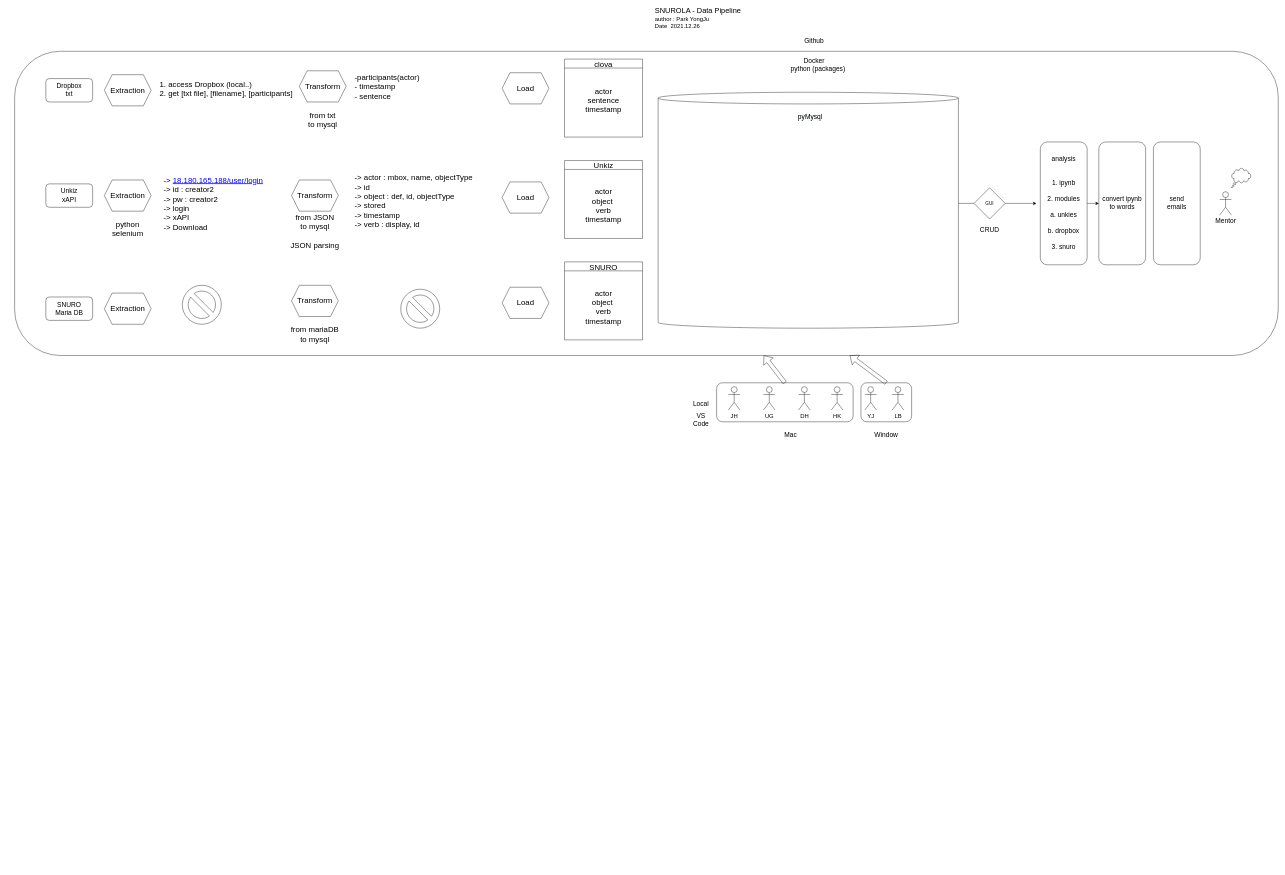
The draw.io diagram Untitled Diagram.drawio in tomatozoo/DataStructure_2021_winter, before the edit. Source tidied: cells renumbered, new cells numbered last; positions are measured from the earlier drawing's top-left corner, leaving out a move shared by most shapes. Both pictures are drawn from the tidied source at 39%, with x=0, y=0 at pixel (14, 12).
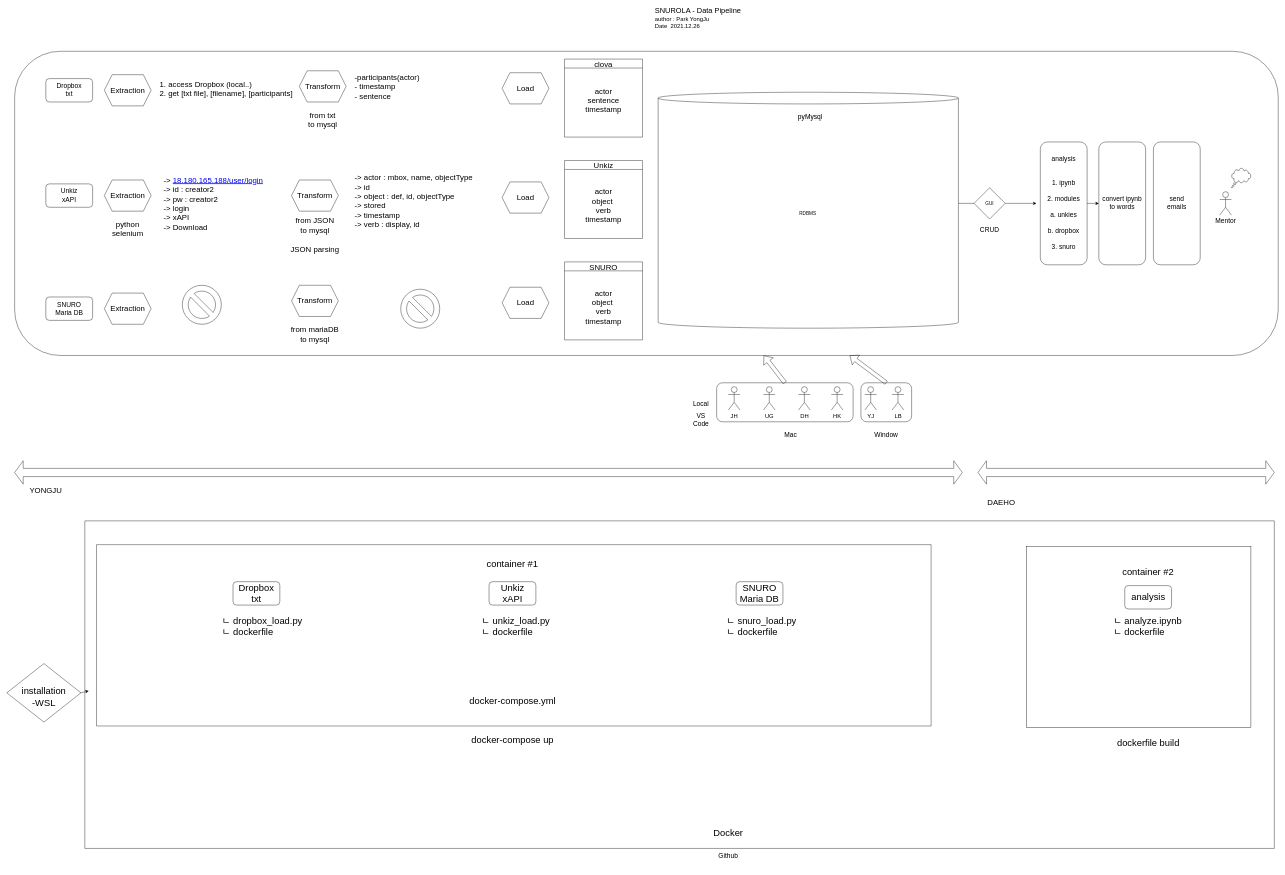
Above is the later version.

The edit, as a diff of the source:
```diff
@@
+    <mxCell id="61" style="rhombus;whiteSpace=wrap;html=1;labelBackgroundColor=none;fontSize=24;fontColor=#000000;fillColor=none;" parent="1" vertex="1">
+      <mxGeometry x="-20" y="1670" width="190" height="150" as="geometry" />
+    </mxCell>
@@
-    <mxCell id="17" value="&lt;span style=&quot;font-size: 17px&quot;&gt;Github&lt;br&gt;&lt;br&gt;&lt;/span&gt;" style="text;html=1;strokeColor=none;fillColor=none;align=center;verticalAlign=middle;whiteSpace=wrap;rounded=0;fontSize=15;" parent="1" vertex="1">
-      <mxGeometry x="2020" y="70" width="60" height="30" as="geometry" />
-    </mxCell>
-    <mxCell id="18" value="&lt;span style=&quot;font-size: 17px&quot;&gt;Docker&lt;br&gt;&lt;/span&gt;" style="text;html=1;strokeColor=none;fillColor=none;align=center;verticalAlign=middle;whiteSpace=wrap;rounded=0;fontSize=15;" parent="1" vertex="1">
-      <mxGeometry x="2020" y="110" width="60" height="30" as="geometry" />
-    </mxCell>
-    <mxCell id="19" value="&lt;span style=&quot;font-size: 17px&quot;&gt;python&amp;nbsp;(packages)&lt;br&gt;&lt;br&gt;&lt;br&gt;&lt;/span&gt;" style="text;html=1;strokeColor=none;fillColor=none;align=center;verticalAlign=middle;whiteSpace=wrap;rounded=0;fontSize=15;" parent="1" vertex="1">
-      <mxGeometry x="2030" y="150" width="60" height="30" as="geometry" />
-    </mxCell>
@@
     <mxCell id="40" value="from JSON &lt;br&gt;to mysql&lt;br&gt;&lt;br&gt;JSON parsing" style="text;html=1;strokeColor=none;fillColor=none;align=center;verticalAlign=middle;whiteSpace=wrap;rounded=0;labelBackgroundColor=none;fontSize=20;fontColor=#000000;" parent="1" vertex="1">
-      <mxGeometry x="700" y="530" width="140" height="60" as="geometry" />
+      <mxGeometry x="700" y="540" width="140" height="60" as="geometry" />
     </mxCell>
@@
     <mxCell id="50" value="1. access Dropbox (local..)&lt;br&gt;2. get [txt file], [filename], [participants]" style="text;html=1;strokeColor=none;fillColor=none;align=left;verticalAlign=middle;whiteSpace=wrap;rounded=0;labelBackgroundColor=none;fontSize=20;fontColor=#000000;" parent="1" vertex="1">
-      <mxGeometry x="370" y="120" width="350" height="150" as="geometry" />
+      <mxGeometry x="370" y="165" width="350" height="60" as="geometry" />
     </mxCell>
@@
+    <mxCell id="62" style="html=1;shadow=0;dashed=0;align=center;verticalAlign=middle;shape=mxgraph.arrows2.twoWayArrow;dy=0.65;dx=22;labelBackgroundColor=none;fontSize=20;fontColor=#000000;fillColor=none;" parent="1" vertex="1">
+      <mxGeometry y="1150" width="2430" height="60" as="geometry" />
+    </mxCell>
+    <mxCell id="63" style="html=1;shadow=0;dashed=0;align=center;verticalAlign=middle;shape=mxgraph.arrows2.twoWayArrow;dy=0.65;dx=22;labelBackgroundColor=none;fontSize=20;fontColor=#000000;fillColor=none;" parent="1" vertex="1">
+      <mxGeometry x="2470" y="1150" width="760" height="60" as="geometry" />
+    </mxCell>
+    <mxCell id="64" value="YONGJU" style="text;html=1;strokeColor=none;fillColor=none;align=center;verticalAlign=middle;whiteSpace=wrap;rounded=0;labelBackgroundColor=none;fontSize=20;fontColor=#000000;" parent="1" vertex="1">
+      <mxGeometry x="50" y="1210" width="60" height="30" as="geometry" />
+    </mxCell>
+    <mxCell id="65" value="DAEHO" style="text;html=1;strokeColor=none;fillColor=none;align=center;verticalAlign=middle;whiteSpace=wrap;rounded=0;labelBackgroundColor=none;fontSize=20;fontColor=#000000;" parent="1" vertex="1">
+      <mxGeometry x="2500" y="1240" width="60" height="30" as="geometry" />
+    </mxCell>
+    <mxCell id="17" value="&lt;span style=&quot;font-size: 17px&quot;&gt;Github&lt;br&gt;&lt;br&gt;&lt;/span&gt;" style="text;html=1;strokeColor=none;fillColor=none;align=center;verticalAlign=middle;whiteSpace=wrap;rounded=0;fontSize=15;" parent="1" vertex="1">
+      <mxGeometry x="1800" y="2160" width="60" height="30" as="geometry" />
+    </mxCell>
+    <mxCell id="66" style="swimlane;startSize=0;labelBackgroundColor=none;fontSize=36;fontColor=#000000;fillColor=none;" parent="1" vertex="1">
+      <mxGeometry x="210" y="1365" width="2140" height="465" as="geometry" />
+    </mxCell>
+    <mxCell id="67" style="swimlane;startSize=0;labelBackgroundColor=none;fontSize=36;fontColor=#000000;fillColor=none;" parent="1" vertex="1">
+      <mxGeometry x="180" y="1304" width="3050" height="840" as="geometry" />
+    </mxCell>
+    <mxCell id="68" style="rounded=0;whiteSpace=wrap;html=1;labelBackgroundColor=none;fontSize=36;fontColor=#000000;fillColor=none;" parent="67" vertex="1">
+      <mxGeometry x="2415" y="65" width="575" height="465" as="geometry" />
+    </mxCell>
+    <mxCell id="69" value="&lt;font style=&quot;font-size: 24px&quot;&gt;container #1&lt;/font&gt;" style="text;html=1;strokeColor=none;fillColor=none;align=center;verticalAlign=middle;whiteSpace=wrap;rounded=0;fontSize=15;" parent="67" vertex="1">
+      <mxGeometry x="1000" y="96" width="193" height="30" as="geometry" />
+    </mxCell>
+    <mxCell id="70" value="&lt;font style=&quot;font-size: 24px&quot;&gt;container #2&lt;/font&gt;" style="text;html=1;strokeColor=none;fillColor=none;align=center;verticalAlign=middle;whiteSpace=wrap;rounded=0;fontSize=15;" parent="67" vertex="1">
+      <mxGeometry x="2630" y="116" width="193" height="30" as="geometry" />
+    </mxCell>
+    <mxCell id="71" value="&lt;div style=&quot;text-align: left&quot;&gt;&lt;span style=&quot;font-size: 24px&quot;&gt;ㄴ dropbox_load.py&lt;/span&gt;&lt;/div&gt;&lt;font style=&quot;font-size: 24px&quot;&gt;&lt;div style=&quot;text-align: left&quot;&gt;&lt;span&gt;ㄴ dockerfile&lt;/span&gt;&lt;/div&gt;&lt;/font&gt;" style="text;html=1;strokeColor=none;fillColor=none;align=center;verticalAlign=middle;whiteSpace=wrap;rounded=0;fontSize=15;" parent="67" vertex="1">
+      <mxGeometry x="240" y="256" width="430" height="30" as="geometry" />
+    </mxCell>
+    <mxCell id="18" value="&lt;font style=&quot;font-size: 24px&quot;&gt;Docker&lt;/font&gt;" style="text;html=1;strokeColor=none;fillColor=none;align=center;verticalAlign=middle;whiteSpace=wrap;rounded=0;fontSize=15;" parent="67" vertex="1">
+      <mxGeometry x="1620" y="786" width="60" height="30" as="geometry" />
+    </mxCell>
+    <mxCell id="72" value="&lt;font style=&quot;font-size: 24px&quot;&gt;SNURO&lt;br&gt;Maria DB&lt;/font&gt;" style="rounded=1;whiteSpace=wrap;html=1;" parent="67" vertex="1">
+      <mxGeometry x="1670" y="156" width="120" height="60" as="geometry" />
+    </mxCell>
+    <mxCell id="73" value="&lt;font style=&quot;font-size: 24px&quot;&gt;Unkiz&lt;br&gt;xAPI&lt;/font&gt;" style="rounded=1;whiteSpace=wrap;html=1;fontSize=17;" parent="67" vertex="1">
+      <mxGeometry x="1036.5" y="156" width="120" height="60" as="geometry" />
+    </mxCell>
+    <mxCell id="74" value="&lt;font style=&quot;font-size: 24px&quot;&gt;Dropbox&lt;br&gt;txt&lt;/font&gt;" style="rounded=1;whiteSpace=wrap;html=1;fontSize=17;" parent="67" vertex="1">
+      <mxGeometry x="380" y="156" width="120" height="60" as="geometry" />
+    </mxCell>
+    <mxCell id="75" value="&lt;div style=&quot;text-align: left&quot;&gt;&lt;span style=&quot;font-size: 24px&quot;&gt;ㄴ unkiz_load.py&lt;/span&gt;&lt;/div&gt;&lt;font style=&quot;font-size: 24px&quot;&gt;&lt;div style=&quot;text-align: left&quot;&gt;&lt;span&gt;ㄴ dockerfile&lt;/span&gt;&lt;/div&gt;&lt;/font&gt;" style="text;html=1;strokeColor=none;fillColor=none;align=center;verticalAlign=middle;whiteSpace=wrap;rounded=0;fontSize=15;" parent="67" vertex="1">
+      <mxGeometry x="890" y="256" width="430" height="30" as="geometry" />
+    </mxCell>
+    <mxCell id="76" value="&lt;div style=&quot;text-align: left&quot;&gt;&lt;span style=&quot;font-size: 24px&quot;&gt;ㄴ snuro_load.py&lt;/span&gt;&lt;/div&gt;&lt;font style=&quot;font-size: 24px&quot;&gt;&lt;div style=&quot;text-align: left&quot;&gt;&lt;span&gt;ㄴ dockerfile&lt;/span&gt;&lt;/div&gt;&lt;/font&gt;" style="text;html=1;strokeColor=none;fillColor=none;align=center;verticalAlign=middle;whiteSpace=wrap;rounded=0;fontSize=15;" parent="67" vertex="1">
+      <mxGeometry x="1520" y="256" width="430" height="30" as="geometry" />
+    </mxCell>
+    <mxCell id="77" value="&lt;div style=&quot;text-align: left&quot;&gt;&lt;span style=&quot;font-size: 24px&quot;&gt;docker-compose.yml&lt;/span&gt;&lt;/div&gt;" style="text;html=1;strokeColor=none;fillColor=none;align=center;verticalAlign=middle;whiteSpace=wrap;rounded=0;fontSize=15;" parent="67" vertex="1">
+      <mxGeometry x="881.5" y="446" width="430" height="30" as="geometry" />
+    </mxCell>
+    <mxCell id="78" value="&lt;div style=&quot;text-align: left&quot;&gt;&lt;span style=&quot;font-size: 24px&quot;&gt;docker-compose up&lt;/span&gt;&lt;/div&gt;" style="text;html=1;strokeColor=none;fillColor=none;align=center;verticalAlign=middle;whiteSpace=wrap;rounded=0;fontSize=15;" parent="67" vertex="1">
+      <mxGeometry x="881.5" y="546" width="430" height="30" as="geometry" />
+    </mxCell>
+    <mxCell id="79" value="&lt;span style=&quot;font-size: 24px&quot;&gt;analysis&lt;/span&gt;" style="rounded=1;whiteSpace=wrap;html=1;" parent="67" vertex="1">
+      <mxGeometry x="2666.5" y="166" width="120" height="60" as="geometry" />
+    </mxCell>
+    <mxCell id="80" value="&lt;div style=&quot;text-align: left&quot;&gt;&lt;span style=&quot;font-size: 24px&quot;&gt;ㄴ analyze.ipynb&lt;/span&gt;&lt;/div&gt;&lt;div style=&quot;text-align: left&quot;&gt;&lt;span style=&quot;font-size: 24px&quot;&gt;ㄴ dockerfile&lt;/span&gt;&lt;/div&gt;" style="text;html=1;strokeColor=none;fillColor=none;align=center;verticalAlign=middle;whiteSpace=wrap;rounded=0;fontSize=15;" parent="67" vertex="1">
+      <mxGeometry x="2510" y="256" width="430" height="30" as="geometry" />
+    </mxCell>
+    <mxCell id="81" value="&lt;div style=&quot;text-align: left&quot;&gt;&lt;span style=&quot;font-size: 24px&quot;&gt;dockerfile build&lt;/span&gt;&lt;/div&gt;" style="text;html=1;strokeColor=none;fillColor=none;align=center;verticalAlign=middle;whiteSpace=wrap;rounded=0;fontSize=15;" parent="67" vertex="1">
+      <mxGeometry x="2511.5" y="556" width="430" height="30" as="geometry" />
+    </mxCell>
+    <mxCell id="82" value="RDBMS" style="text;html=1;strokeColor=none;fillColor=none;align=center;verticalAlign=middle;whiteSpace=wrap;rounded=0;" parent="1" vertex="1">
+      <mxGeometry x="2004" y="500" width="60" height="30" as="geometry" />
+    </mxCell>
+    <mxCell id="83" value="&lt;font style=&quot;font-size: 24px&quot;&gt;installation&lt;br&gt;-WSL&lt;br&gt;&lt;/font&gt;" style="text;html=1;strokeColor=none;fillColor=none;align=center;verticalAlign=middle;whiteSpace=wrap;rounded=0;labelBackgroundColor=none;fontSize=18;fontColor=#000000;" parent="1" vertex="1">
+      <mxGeometry x="45" y="1740" width="60" height="30" as="geometry" />
+    </mxCell>
+    <mxCell id="84" style="endArrow=classic;html=1;rounded=0;fontSize=24;fontColor=#000000;exitX=1;exitY=0.5;exitDx=0;exitDy=0;" parent="1" edge="1" source="61">
+      <mxGeometry relative="1" as="geometry">
+        <mxPoint x="190" y="1740" as="targetPoint" />
+      </mxGeometry>
+    </mxCell>
```
